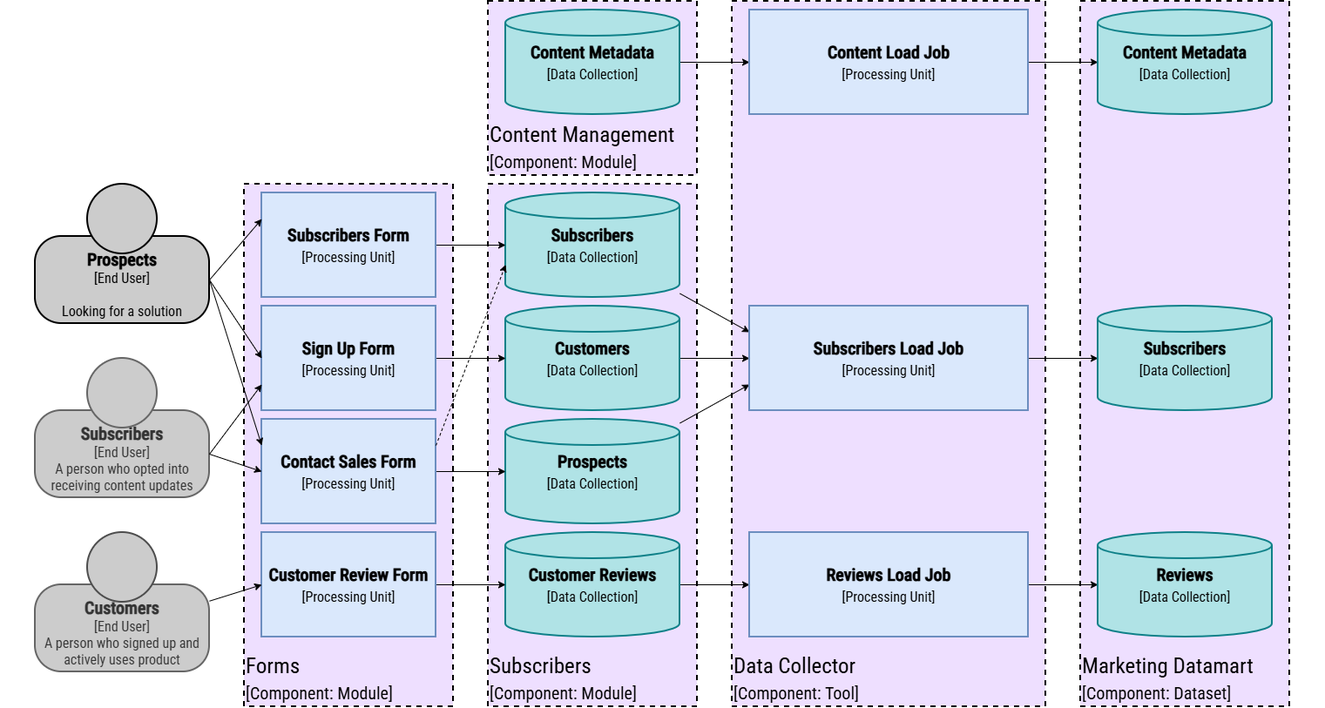
Before: chapter-10/figure-10.09.drawio.png, a diagram exported from draw.io (software-architecture-guild/modeling-software-architecture). Source tidied: cells renumbered, new cells last; positions are measured from the earlier drawing's top-left corner, leaving out a move shared by most shapes.
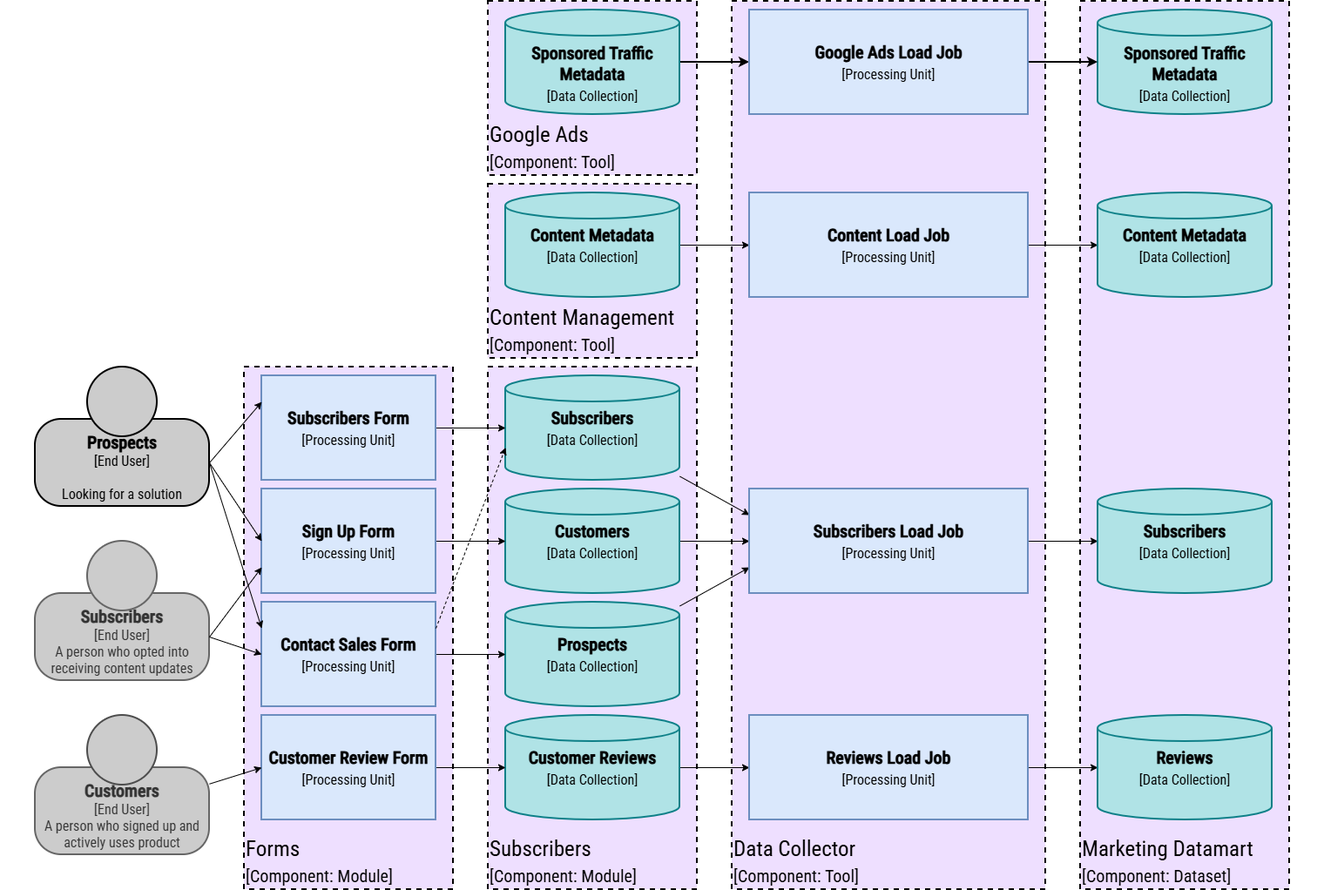
The same file after the commit.

Commit message:
chapter 10: fixed google ads and search

Change to the diagram source:
```diff
@@ -3,15 +3,15 @@
     <mxCell id="0" />
     <mxCell id="1" parent="0" />
     <mxCell id="2" style="rounded=0;whiteSpace=wrap;html=1;strokeColor=none;fillColor=default;" parent="1" vertex="1">
-      <mxGeometry width="1520" height="810" as="geometry" />
+      <mxGeometry y="-210" width="1520" height="1020" as="geometry" />
     </mxCell>
     <mxCell id="3" value="Data Collector&lt;br&gt;&lt;font style=&quot;font-size: 20px;&quot;&gt;[Component: Tool]&lt;/font&gt;" style="rounded=0;whiteSpace=wrap;strokeWidth=2;fillColor=#EEDFFF;strokeColor=#000000;verticalAlign=bottom;fontColor=#000000;dashed=1;align=left;fontFamily=Roboto Condensed;fontSource=https%3A%2F%2Ffonts.googleapis.com%2Fcss%3Ffamily%3DRoboto%2BCondensed;fontSize=25;html=1;" parent="1" vertex="1">
-      <mxGeometry x="840" width="360" height="810" as="geometry" />
+      <mxGeometry x="840" y="-210" width="360" height="1020" as="geometry" />
     </mxCell>
     <mxCell id="4" value="Subscribers&lt;br&gt;&lt;font style=&quot;font-size: 20px;&quot;&gt;[Component: Module]&lt;/font&gt;" style="rounded=0;whiteSpace=wrap;strokeWidth=2;fillColor=#EEDFFF;strokeColor=#000000;verticalAlign=bottom;fontColor=#000000;dashed=1;align=left;fontFamily=Roboto Condensed;fontSource=https%3A%2F%2Ffonts.googleapis.com%2Fcss%3Ffamily%3DRoboto%2BCondensed;fontSize=25;html=1;" parent="1" vertex="1">
       <mxGeometry x="560" y="210" width="240" height="600" as="geometry" />
     </mxCell>
-    <mxCell id="5" value="Content Management&lt;br&gt;&lt;font style=&quot;font-size: 20px;&quot;&gt;[Component: Module]&lt;/font&gt;" style="rounded=0;whiteSpace=wrap;strokeWidth=2;fillColor=#EEDFFF;strokeColor=#000000;verticalAlign=bottom;fontColor=#000000;dashed=1;align=left;fontFamily=Roboto Condensed;fontSource=https%3A%2F%2Ffonts.googleapis.com%2Fcss%3Ffamily%3DRoboto%2BCondensed;fontSize=25;html=1;" parent="1" vertex="1">
+    <mxCell id="5" value="Content Management&lt;br&gt;&lt;font style=&quot;font-size: 20px;&quot;&gt;[Component: Tool]&lt;/font&gt;" style="rounded=0;whiteSpace=wrap;strokeWidth=2;fillColor=#EEDFFF;strokeColor=#000000;verticalAlign=bottom;fontColor=#000000;dashed=1;align=left;fontFamily=Roboto Condensed;fontSource=https%3A%2F%2Ffonts.googleapis.com%2Fcss%3Ffamily%3DRoboto%2BCondensed;fontSize=25;html=1;" parent="1" vertex="1">
       <mxGeometry x="560" width="240" height="200" as="geometry" />
     </mxCell>
     <mxCell id="6" value="Forms&lt;br&gt;&lt;font style=&quot;font-size: 20px;&quot;&gt;[Component: Module]&lt;/font&gt;" style="rounded=0;whiteSpace=wrap;strokeWidth=2;fillColor=#EEDFFF;strokeColor=#000000;verticalAlign=bottom;fontColor=#000000;dashed=1;align=left;fontFamily=Roboto Condensed;fontSource=https%3A%2F%2Ffonts.googleapis.com%2Fcss%3Ffamily%3DRoboto%2BCondensed;fontSize=25;html=1;" parent="1" vertex="1">
@@ -120,7 +120,7 @@
       <mxGeometry relative="1" as="geometry" />
     </mxCell>
     <mxCell id="41" value="&lt;font color=&quot;#000000&quot;&gt;Marketing Datamart&lt;br&gt;&lt;/font&gt;&lt;font style=&quot;font-size: 20px;&quot;&gt;[Component: Dataset]&lt;/font&gt;" style="rounded=0;whiteSpace=wrap;strokeWidth=2;fillColor=#EEDFFF;strokeColor=#000000;verticalAlign=bottom;fontColor=#000000;dashed=1;align=left;fontFamily=Roboto Condensed;fontSource=https%3A%2F%2Ffonts.googleapis.com%2Fcss%3Ffamily%3DRoboto%2BCondensed;fontSize=25;html=1;" parent="1" vertex="1">
-      <mxGeometry x="1240" width="240" height="810" as="geometry" />
+      <mxGeometry x="1240" y="-210" width="240" height="1020" as="geometry" />
     </mxCell>
     <mxCell id="42" style="edgeStyle=none;shape=connector;rounded=0;html=1;strokeColor=#000000;align=center;verticalAlign=middle;fontFamily=IBM Plex Mono;fontSource=https%3A%2F%2Ffonts.googleapis.com%2Fcss%3Ffamily%3DIBM%2BPlex%2BMono;fontSize=11;fontColor=#000000;labelBackgroundColor=default;endArrow=classic;" parent="1" edge="1" source="43" target="48">
       <mxGeometry relative="1" as="geometry" />
@@ -149,5 +149,23 @@
     <mxCell id="50" value="&lt;div&gt;&lt;font style=&quot;&quot;&gt;&lt;b&gt;Reviews&lt;br&gt;&lt;/b&gt;&lt;/font&gt;&lt;font style=&quot;font-size: 16px;&quot;&gt;[Data Collection]&lt;/font&gt;&lt;/div&gt;" style="shape=cylinder3;whiteSpace=wrap;html=1;boundedLbl=1;backgroundOutline=1;size=15;strokeWidth=2;strokeColor=#0e8088;fillColor=#b0e3e6;verticalAlign=top;fontFamily=Roboto Condensed;fontSource=https%3A%2F%2Ffonts.googleapis.com%2Fcss%3Ffamily%3DRoboto%2BCondensed;fontSize=20;" parent="1" vertex="1">
       <mxGeometry x="1260" y="610" width="200" height="120" as="geometry" />
     </mxCell>
+    <mxCell id="51" value="&lt;div&gt;&lt;font style=&quot;&quot;&gt;&lt;b&gt;Sponsored Traffic Metadata&lt;br&gt;&lt;/b&gt;&lt;/font&gt;&lt;font style=&quot;font-size: 16px;&quot;&gt;[Data Collection]&lt;/font&gt;&lt;/div&gt;" style="shape=cylinder3;whiteSpace=wrap;html=1;boundedLbl=1;backgroundOutline=1;size=15;strokeWidth=2;strokeColor=#0e8088;fillColor=#b0e3e6;verticalAlign=middle;fontFamily=Roboto Condensed;fontSource=https%3A%2F%2Ffonts.googleapis.com%2Fcss%3Ffamily%3DRoboto%2BCondensed;fontSize=20;" parent="1" vertex="1">
+      <mxGeometry x="1260" y="-200" width="200" height="120" as="geometry" />
+    </mxCell>
+    <mxCell id="52" value="&lt;font style=&quot;&quot;&gt;Google Ads&lt;br&gt;&lt;/font&gt;&lt;font style=&quot;font-size: 20px;&quot;&gt;[Component: Tool]&lt;/font&gt;" style="rounded=0;whiteSpace=wrap;strokeWidth=2;fillColor=#EEDFFF;strokeColor=#000000;verticalAlign=bottom;fontColor=#000000;dashed=1;align=left;fontFamily=Roboto Condensed;fontSource=https%3A%2F%2Ffonts.googleapis.com%2Fcss%3Ffamily%3DRoboto%2BCondensed;fontSize=25;html=1;" parent="1" vertex="1">
+      <mxGeometry x="560" y="-210" width="240" height="200" as="geometry" />
+    </mxCell>
+    <mxCell id="53" style="edgeStyle=none;shape=connector;rounded=0;html=1;strokeColor=#000000;strokeWidth=2;align=center;verticalAlign=middle;fontFamily=IBM Plex Mono;fontSource=https%3A%2F%2Ffonts.googleapis.com%2Fcss%3Ffamily%3DIBM%2BPlex%2BMono;fontSize=11;fontColor=#000000;labelBackgroundColor=default;endArrow=classic;" parent="1" edge="1" source="54" target="56">
+      <mxGeometry relative="1" as="geometry" />
+    </mxCell>
+    <mxCell id="54" value="&lt;div&gt;&lt;font style=&quot;&quot;&gt;&lt;b&gt;Sponsored Traffic Metadata&lt;br&gt;&lt;/b&gt;&lt;/font&gt;&lt;font style=&quot;font-size: 16px;&quot;&gt;[Data Collection]&lt;/font&gt;&lt;/div&gt;" style="shape=cylinder3;whiteSpace=wrap;html=1;boundedLbl=1;backgroundOutline=1;size=15;strokeWidth=2;strokeColor=#0e8088;fillColor=#b0e3e6;verticalAlign=middle;fontFamily=Roboto Condensed;fontSource=https%3A%2F%2Ffonts.googleapis.com%2Fcss%3Ffamily%3DRoboto%2BCondensed;fontSize=20;" parent="1" vertex="1">
+      <mxGeometry x="580" y="-200" width="200" height="120" as="geometry" />
+    </mxCell>
+    <mxCell id="55" style="edgeStyle=none;shape=connector;rounded=0;html=1;strokeColor=#000000;strokeWidth=2;align=center;verticalAlign=middle;fontFamily=IBM Plex Mono;fontSource=https%3A%2F%2Ffonts.googleapis.com%2Fcss%3Ffamily%3DIBM%2BPlex%2BMono;fontSize=11;fontColor=#000000;labelBackgroundColor=default;endArrow=classic;" parent="1" edge="1" source="56" target="51">
+      <mxGeometry relative="1" as="geometry" />
+    </mxCell>
+    <mxCell id="56" value="&lt;font&gt;&lt;font style=&quot;&quot;&gt;&lt;b&gt;Google Ads Load Job&lt;br&gt;&lt;/b&gt;&lt;/font&gt;&lt;font style=&quot;font-size: 16px;&quot;&gt;[Processing Unit]&lt;/font&gt;&lt;/font&gt;" style="rounded=0;whiteSpace=wrap;html=1;strokeWidth=2;fillColor=#dae8fc;strokeColor=#6c8ebf;verticalAlign=middle;fontFamily=Roboto Condensed;fontSource=https%3A%2F%2Ffonts.googleapis.com%2Fcss%3Ffamily%3DRoboto%2BCondensed;fontSize=20;" parent="1" vertex="1">
+      <mxGeometry x="860" y="-200" width="320" height="120" as="geometry" />
+    </mxCell>
   </root>
 </mxGraphModel>
```
